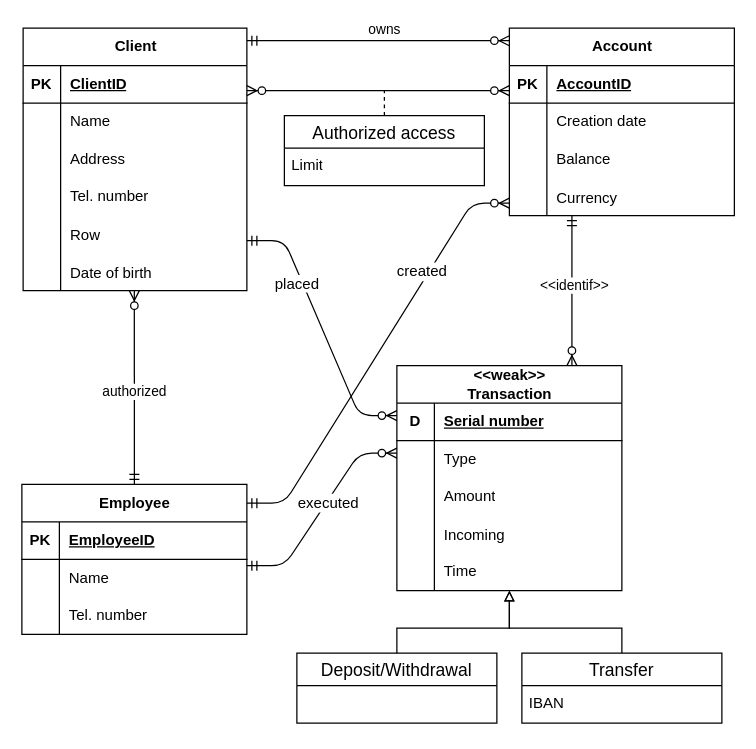
Marek324/butfit-ids keeps this draw.io diagram as erd.drawio. Above is the earlier version. Source tidied: cells renumbered, new cells numbered last; positions are measured from the earlier drawing's top-left corner, leaving out a move shared by most shapes. Both pictures are drawn from the tidied source at 125%, with x=0, y=0 at pixel (21, 28).
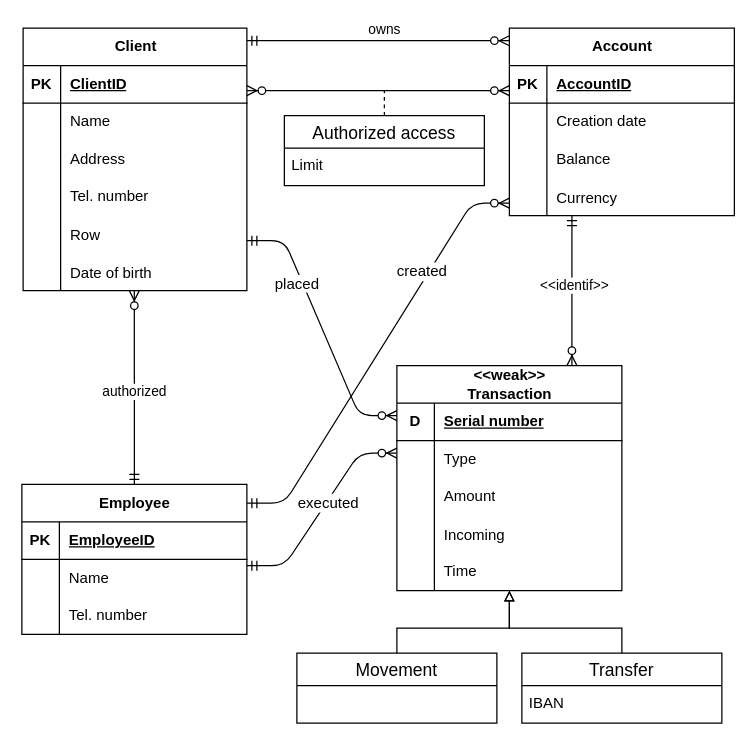
The same diagram, later.

Diff of the diagram source:
```diff
@@
-    <mxCell id="63" value="Deposit/Withdrawal" style="swimlane;fontStyle=0;horizontal=1;startSize=26;align=center;fontSize=14;" parent="1" vertex="1">
+    <mxCell id="63" value="Movement" style="swimlane;fontStyle=0;horizontal=1;startSize=26;align=center;fontSize=14;" parent="1" vertex="1">
       <mxGeometry x="220" y="500" width="160" height="56" as="geometry" />
     </mxCell>
```
